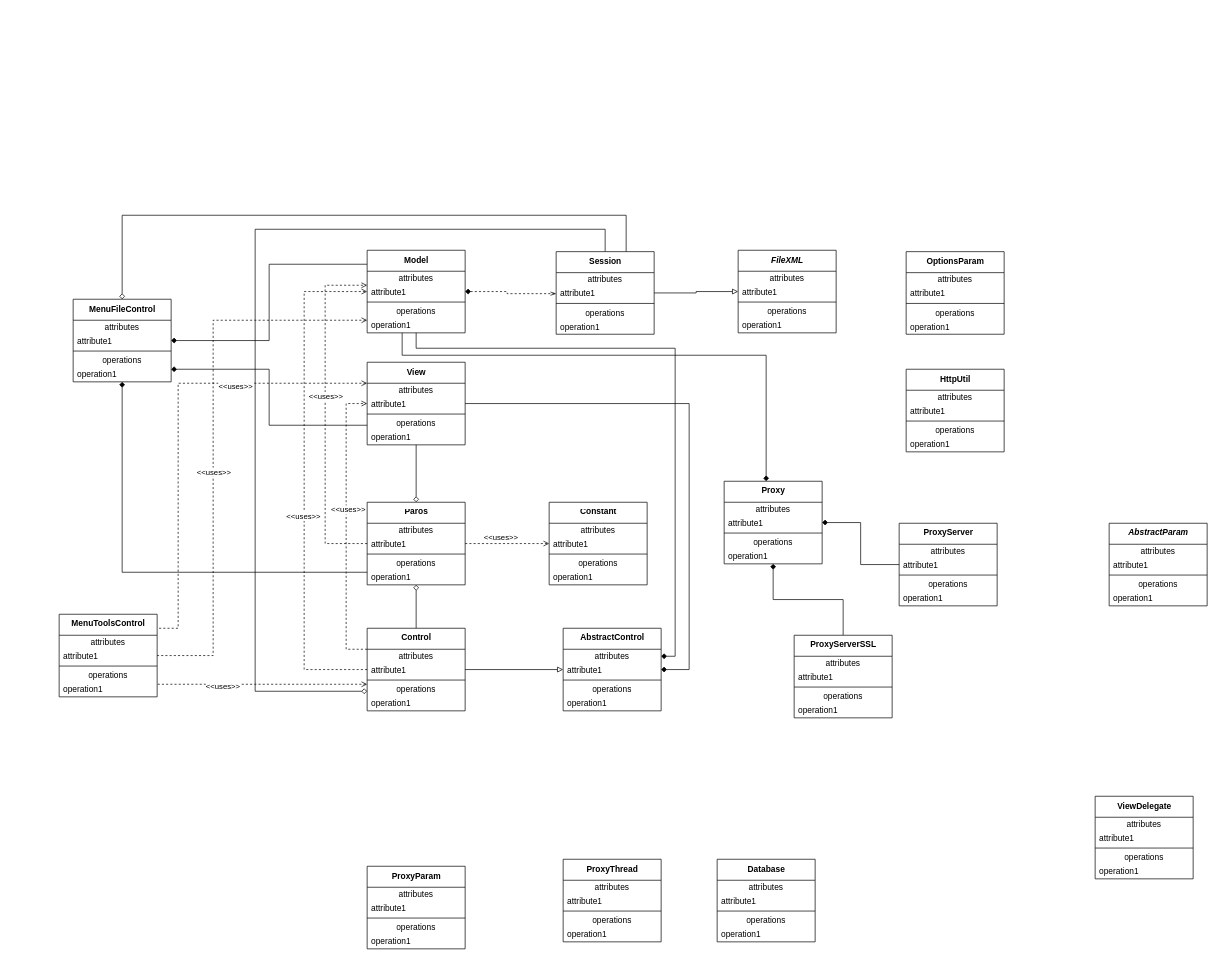
The draw.io diagram diagram/Paros Class diagram.drawio in pholpaphankorn/softarch, before the edit. Source tidied: cells renumbered, new cells numbered last; positions are measured from the earlier drawing's top-left corner, leaving out a move shared by most shapes. Both pictures are drawn from the tidied source at 70%, with x=0, y=0 at pixel (59, 215).
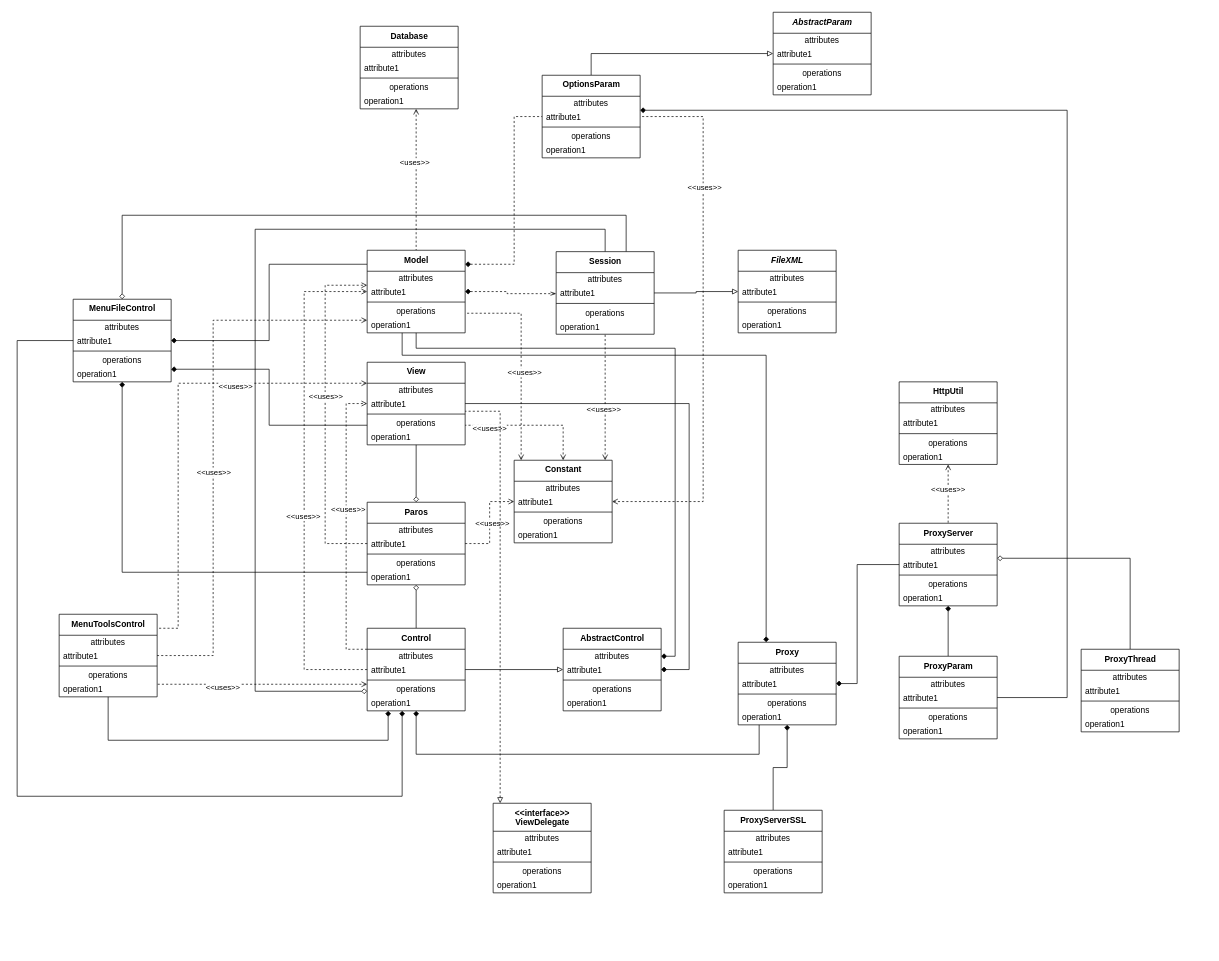
The same diagram, later.

Unchanged cells that the change refers to:
```xml
<mxCell id="6" value="&lt;span style=&quot;font-weight: 700&quot;&gt;Model&lt;/span&gt;" style="swimlane;fontStyle=0;align=center;verticalAlign=top;horizontal=1;startSize=30;html=1;" parent="1" vertex="1">
  <mxGeometry x="440" y="50" width="140" height="118" as="geometry" />
</mxCell>
<mxCell id="15" value="&lt;span style=&quot;font-weight: 700&quot;&gt;Session&lt;/span&gt;" style="swimlane;fontStyle=0;align=center;verticalAlign=top;horizontal=1;startSize=30;html=1;" parent="1" vertex="1">
  <mxGeometry x="710" y="52" width="140" height="118" as="geometry" />
</mxCell>
<mxCell id="52" value="&lt;span style=&quot;font-weight: 700&quot;&gt;Control&lt;/span&gt;" style="swimlane;fontStyle=0;align=center;verticalAlign=top;horizontal=1;startSize=30;html=1;" parent="1" vertex="1">
  <mxGeometry x="440" y="590" width="140" height="118" as="geometry" />
</mxCell>
<mxCell id="72" value="&lt;span style=&quot;font-weight: 700&quot;&gt;MenuFileControl&lt;/span&gt;" style="swimlane;fontStyle=0;align=center;verticalAlign=top;horizontal=1;startSize=30;html=1;" parent="1" vertex="1">
  <mxGeometry x="20" y="120" width="140" height="118" as="geometry" />
</mxCell>
<mxCell id="84" value="&lt;span style=&quot;font-weight: 700&quot;&gt;MenuToolsControl&lt;/span&gt;" style="swimlane;fontStyle=0;align=center;verticalAlign=top;horizontal=1;startSize=30;html=1;" parent="1" vertex="1">
  <mxGeometry y="570" width="140" height="118" as="geometry" />
</mxCell>
<mxCell id="90" value="&lt;span style=&quot;font-weight: 700&quot;&gt;ProxyServer&lt;/span&gt;" style="swimlane;fontStyle=0;align=center;verticalAlign=top;horizontal=1;startSize=30;html=1;" parent="1" vertex="1">
  <mxGeometry x="1200" y="440" width="140" height="118" as="geometry" />
</mxCell>
<mxCell id="134" value="&lt;span style=&quot;font-weight: 700&quot;&gt;View&lt;/span&gt;" style="swimlane;fontStyle=0;align=center;verticalAlign=top;horizontal=1;startSize=30;html=1;" parent="1" vertex="1">
  <mxGeometry x="440" y="210" width="140" height="118" as="geometry" />
</mxCell>
```

The edit, as a diff of the source:
```diff
@@
+    <mxCell id="152" style="edgeStyle=orthogonalEdgeStyle;rounded=0;jettySize=auto;html=1;startArrow=open;startFill=0;endArrow=none;endFill=0;dashed=1;" parent="1" edge="1" source="114" target="6">
+      <mxGeometry relative="1" as="geometry">
+        <Array as="points">
+          <mxPoint x="510" y="-100" />
+          <mxPoint x="510" y="-100" />
+        </Array>
+      </mxGeometry>
+    </mxCell>
+    <mxCell id="153" value="&amp;lt;uses&amp;gt;&amp;gt;" style="edgeLabel;html=1;align=center;verticalAlign=middle;" parent="152" vertex="1">
+      <mxGeometry x="-0.25" y="-3" relative="1" as="geometry" />
+    </mxCell>
+    <mxCell id="154" style="edgeStyle=orthogonalEdgeStyle;rounded=0;jettySize=auto;html=1;dashed=1;startArrow=open;startFill=0;endArrow=none;endFill=0;" parent="1" edge="1" source="40" target="6">
+      <mxGeometry relative="1" as="geometry">
+        <Array as="points">
+          <mxPoint x="660" y="140" />
+        </Array>
+      </mxGeometry>
+    </mxCell>
+    <mxCell id="155" value="&amp;lt;&amp;lt;uses&amp;gt;&amp;gt;" style="edgeLabel;html=1;align=center;verticalAlign=middle;" parent="154" vertex="1">
+      <mxGeometry x="-0.13" y="-4" relative="1" as="geometry" />
+    </mxCell>
+    <mxCell id="156" style="edgeStyle=orthogonalEdgeStyle;rounded=0;jettySize=auto;html=1;dashed=1;startArrow=diamond;startFill=1;endArrow=none;endFill=0;" parent="1" edge="1" source="6" target="120">
+      <mxGeometry relative="1" as="geometry">
+        <Array as="points">
+          <mxPoint x="650" y="70" />
+          <mxPoint x="650" y="-141" />
+        </Array>
+      </mxGeometry>
+    </mxCell>
@@
+    <mxCell id="157" style="edgeStyle=orthogonalEdgeStyle;rounded=0;jettySize=auto;html=1;dashed=1;startArrow=open;startFill=0;endArrow=none;endFill=0;" parent="1" edge="1" source="40" target="15">
+      <mxGeometry relative="1" as="geometry">
+        <Array as="points">
+          <mxPoint x="780" y="310" />
+          <mxPoint x="780" y="310" />
+        </Array>
+      </mxGeometry>
+    </mxCell>
+    <mxCell id="158" value="&amp;lt;&amp;lt;uses&amp;gt;&amp;gt;" style="edgeLabel;html=1;align=center;verticalAlign=middle;" parent="157" vertex="1">
+      <mxGeometry x="-0.18" y="3" relative="1" as="geometry" />
+    </mxCell>
@@
     <mxCell id="40" value="&lt;span style=&quot;font-weight: 700&quot;&gt;Constant&lt;/span&gt;" style="swimlane;fontStyle=0;align=center;verticalAlign=top;horizontal=1;startSize=30;html=1;" parent="1" vertex="1">
-      <mxGeometry x="700" y="410" width="140" height="118" as="geometry" />
+      <mxGeometry x="650" y="350" width="140" height="118" as="geometry" />
     </mxCell>
@@
     <mxCell id="64" style="edgeStyle=orthogonalEdgeStyle;rounded=0;jettySize=auto;html=1;startArrow=diamond;startFill=1;endArrow=none;endFill=0;" parent="1" edge="1" source="66" target="90">
-      <mxGeometry relative="1" as="geometry" />
+      <mxGeometry relative="1" as="geometry">
+        <Array as="points">
+          <mxPoint x="1140" y="669" />
+          <mxPoint x="1140" y="499" />
+        </Array>
+      </mxGeometry>
     </mxCell>
@@
+    <mxCell id="159" style="edgeStyle=orthogonalEdgeStyle;rounded=0;jettySize=auto;html=1;startArrow=diamond;startFill=1;endArrow=none;endFill=0;" parent="1" edge="1" source="52" target="66">
+      <mxGeometry relative="1" as="geometry">
+        <Array as="points">
+          <mxPoint x="510" y="770" />
+          <mxPoint x="1000" y="770" />
+        </Array>
+      </mxGeometry>
+    </mxCell>
     <mxCell id="66" value="&lt;span style=&quot;font-weight: 700&quot;&gt;Proxy&lt;/span&gt;" style="swimlane;fontStyle=0;align=center;verticalAlign=top;horizontal=1;startSize=30;html=1;" parent="1" vertex="1">
-      <mxGeometry x="950" y="380" width="140" height="118" as="geometry" />
+      <mxGeometry x="970" y="610" width="140" height="118" as="geometry" />
     </mxCell>
@@
+    <mxCell id="160" style="edgeStyle=orthogonalEdgeStyle;rounded=0;jettySize=auto;html=1;startArrow=diamond;startFill=1;endArrow=none;endFill=0;" parent="1" edge="1" source="52" target="72">
+      <mxGeometry relative="1" as="geometry">
+        <Array as="points">
+          <mxPoint x="490" y="830" />
+          <mxPoint x="-60" y="830" />
+          <mxPoint x="-60" y="179" />
+        </Array>
+      </mxGeometry>
+    </mxCell>
@@
+    <mxCell id="161" style="edgeStyle=orthogonalEdgeStyle;rounded=0;jettySize=auto;html=1;startArrow=diamond;startFill=1;endArrow=none;endFill=0;" parent="1" edge="1" source="52" target="84">
+      <mxGeometry relative="1" as="geometry">
+        <Array as="points">
+          <mxPoint x="470" y="750" />
+          <mxPoint x="70" y="750" />
+        </Array>
+      </mxGeometry>
+    </mxCell>
@@
+    <mxCell id="162" style="edgeStyle=orthogonalEdgeStyle;rounded=0;jettySize=auto;html=1;dashed=1;startArrow=open;startFill=0;endArrow=none;endFill=0;" parent="1" edge="1" source="126" target="90">
+      <mxGeometry relative="1" as="geometry" />
+    </mxCell>
+    <mxCell id="163" value="&amp;lt;&amp;lt;uses&amp;gt;&amp;gt;" style="edgeLabel;html=1;align=center;verticalAlign=middle;" parent="162" vertex="1">
+      <mxGeometry x="-0.17" y="-1" relative="1" as="geometry" />
+    </mxCell>
+    <mxCell id="164" style="edgeStyle=orthogonalEdgeStyle;rounded=0;jettySize=auto;html=1;startArrow=diamond;startFill=1;endArrow=none;endFill=0;" parent="1" edge="1" source="90" target="102">
+      <mxGeometry relative="1" as="geometry" />
+    </mxCell>
@@
     <mxCell id="96" value="&lt;span style=&quot;font-weight: 700&quot;&gt;ProxyServerSSL&lt;/span&gt;" style="swimlane;fontStyle=0;align=center;verticalAlign=top;horizontal=1;startSize=30;html=1;" parent="1" vertex="1">
-      <mxGeometry x="1050" y="600" width="140" height="118" as="geometry" />
+      <mxGeometry x="950" y="850" width="140" height="118" as="geometry" />
     </mxCell>
@@
+    <mxCell id="165" style="edgeStyle=orthogonalEdgeStyle;rounded=0;jettySize=auto;html=1;startArrow=diamond;startFill=1;endArrow=none;endFill=0;" parent="1" edge="1" source="120" target="102">
+      <mxGeometry relative="1" as="geometry">
+        <Array as="points">
+          <mxPoint x="1440" y="-150" />
+          <mxPoint x="1440" y="689" />
+        </Array>
+      </mxGeometry>
+    </mxCell>
     <mxCell id="102" value="&lt;span style=&quot;font-weight: 700&quot;&gt;ProxyParam&lt;/span&gt;" style="swimlane;fontStyle=0;align=center;verticalAlign=top;horizontal=1;startSize=30;html=1;" parent="1" vertex="1">
-      <mxGeometry x="440" y="930" width="140" height="118" as="geometry" />
+      <mxGeometry x="1200" y="630" width="140" height="118" as="geometry" />
     </mxCell>
@@
+    <mxCell id="166" style="edgeStyle=orthogonalEdgeStyle;rounded=0;jettySize=auto;html=1;startArrow=diamond;startFill=0;endArrow=none;endFill=0;" parent="1" edge="1" source="90" target="108">
+      <mxGeometry relative="1" as="geometry">
+        <Array as="points">
+          <mxPoint x="1530" y="490" />
+        </Array>
+      </mxGeometry>
+    </mxCell>
     <mxCell id="108" value="&lt;span style=&quot;font-weight: 700&quot;&gt;ProxyThread&lt;/span&gt;" style="swimlane;fontStyle=0;align=center;verticalAlign=top;horizontal=1;startSize=30;html=1;" parent="1" vertex="1">
-      <mxGeometry x="720" y="920" width="140" height="118" as="geometry" />
+      <mxGeometry x="1460" y="620" width="140" height="118" as="geometry" />
     </mxCell>
@@
     <mxCell id="114" value="&lt;span style=&quot;font-weight: 700&quot;&gt;Database&lt;/span&gt;" style="swimlane;fontStyle=0;align=center;verticalAlign=top;horizontal=1;startSize=30;html=1;" parent="1" vertex="1">
-      <mxGeometry x="940" y="920" width="140" height="118" as="geometry" />
+      <mxGeometry x="430" y="-270" width="140" height="118" as="geometry" />
     </mxCell>
@@
+    <mxCell id="167" style="edgeStyle=orthogonalEdgeStyle;rounded=0;jettySize=auto;html=1;dashed=1;startArrow=open;startFill=0;endArrow=none;endFill=0;" parent="1" edge="1" source="40" target="120">
+      <mxGeometry relative="1" as="geometry">
+        <Array as="points">
+          <mxPoint x="920" y="409" />
+          <mxPoint x="920" y="-141" />
+        </Array>
+      </mxGeometry>
+    </mxCell>
+    <mxCell id="168" value="&amp;lt;&amp;lt;uses&amp;gt;&amp;gt;" style="edgeLabel;html=1;align=center;verticalAlign=middle;" parent="167" vertex="1">
+      <mxGeometry x="0.5" y="-1" relative="1" as="geometry">
+        <mxPoint y="-1" as="offset" />
+      </mxGeometry>
+    </mxCell>
+    <mxCell id="169" style="edgeStyle=orthogonalEdgeStyle;rounded=0;jettySize=auto;html=1;startArrow=block;startFill=0;endArrow=none;endFill=0;" parent="1" edge="1" source="146" target="120">
+      <mxGeometry relative="1" as="geometry">
+        <Array as="points">
+          <mxPoint x="760" y="-231" />
+        </Array>
+      </mxGeometry>
+    </mxCell>
     <mxCell id="120" value="&lt;span style=&quot;font-weight: 700&quot;&gt;OptionsParam&lt;/span&gt;" style="swimlane;fontStyle=0;align=center;verticalAlign=top;horizontal=1;startSize=30;html=1;" parent="1" vertex="1">
-      <mxGeometry x="1210" y="52" width="140" height="118" as="geometry" />
+      <mxGeometry x="690" y="-200" width="140" height="118" as="geometry" />
     </mxCell>
@@
     <mxCell id="126" value="&lt;span style=&quot;font-weight: 700&quot;&gt;HttpUtil&lt;/span&gt;" style="swimlane;fontStyle=0;align=center;verticalAlign=top;horizontal=1;startSize=30;html=1;" parent="1" vertex="1">
-      <mxGeometry x="1210" y="220" width="140" height="118" as="geometry" />
+      <mxGeometry x="1200" y="238" width="140" height="118" as="geometry" />
     </mxCell>
@@
+    <mxCell id="170" style="edgeStyle=orthogonalEdgeStyle;rounded=0;jettySize=auto;html=1;startArrow=open;startFill=0;endArrow=none;endFill=0;dashed=1;" parent="1" edge="1" source="40" target="134">
+      <mxGeometry relative="1" as="geometry">
+        <Array as="points">
+          <mxPoint x="720" y="300" />
+        </Array>
+      </mxGeometry>
+    </mxCell>
+    <mxCell id="171" value="&amp;lt;&amp;lt;uses&amp;gt;&amp;gt;" style="edgeLabel;html=1;align=center;verticalAlign=middle;" parent="170" vertex="1">
+      <mxGeometry x="0.64" y="4" relative="1" as="geometry" />
+    </mxCell>
+    <mxCell id="172" style="edgeStyle=orthogonalEdgeStyle;rounded=0;jettySize=auto;html=1;dashed=1;startArrow=block;startFill=0;endArrow=none;endFill=0;" parent="1" edge="1" source="140" target="134">
+      <mxGeometry relative="1" as="geometry">
+        <Array as="points">
+          <mxPoint x="630" y="280" />
+        </Array>
+      </mxGeometry>
+    </mxCell>
@@
-    <mxCell id="140" value="&lt;span style=&quot;font-weight: 700&quot;&gt;ViewDelegate&lt;/span&gt;" style="swimlane;fontStyle=0;align=center;verticalAlign=top;horizontal=1;startSize=30;html=1;" parent="1" vertex="1">
-      <mxGeometry x="1480" y="830" width="140" height="118" as="geometry" />
+    <mxCell id="140" value="&lt;span style=&quot;font-weight: 700&quot;&gt;&amp;lt;&amp;lt;interface&amp;gt;&amp;gt;&lt;br&gt;ViewDelegate&lt;br&gt;&lt;br&gt;&lt;/span&gt;" style="swimlane;fontStyle=0;align=center;verticalAlign=top;horizontal=1;startSize=40;html=1;" parent="1" vertex="1">
+      <mxGeometry x="620" y="840" width="140" height="128" as="geometry" />
     </mxCell>
     <mxCell id="141" value="attributes" style="text;html=1;strokeColor=none;fillColor=none;align=center;verticalAlign=middle;spacingLeft=4;spacingRight=4;overflow=hidden;" parent="140" vertex="1">
-      <mxGeometry y="30" width="140" height="20" as="geometry" />
+      <mxGeometry y="40" width="140" height="20" as="geometry" />
     </mxCell>
     <mxCell id="142" value="attribute1" style="text;html=1;strokeColor=none;fillColor=none;align=left;verticalAlign=middle;spacingLeft=4;spacingRight=4;overflow=hidden;" parent="140" vertex="1">
-      <mxGeometry y="50" width="140" height="20" as="geometry" />
+      <mxGeometry y="60" width="140" height="20" as="geometry" />
     </mxCell>
     <mxCell id="143" style="line;strokeWidth=1;fillColor=none;align=left;verticalAlign=middle;spacingTop=-1;spacingLeft=3;spacingRight=3;labelPosition=right;" parent="140" vertex="1">
-      <mxGeometry y="70" width="140" height="8" as="geometry" />
+      <mxGeometry y="80" width="140" height="8" as="geometry" />
     </mxCell>
     <mxCell id="144" value="operations" style="text;html=1;strokeColor=none;fillColor=none;align=center;verticalAlign=middle;spacingLeft=4;spacingRight=4;overflow=hidden;" parent="140" vertex="1">
-      <mxGeometry y="78" width="140" height="20" as="geometry" />
+      <mxGeometry y="88" width="140" height="20" as="geometry" />
     </mxCell>
     <mxCell id="145" value="operation1" style="text;html=1;strokeColor=none;fillColor=none;align=left;verticalAlign=middle;spacingLeft=4;spacingRight=4;overflow=hidden;" parent="140" vertex="1">
-      <mxGeometry y="98" width="140" height="20" as="geometry" />
+      <mxGeometry y="108" width="140" height="20" as="geometry" />
     </mxCell>
     <mxCell id="146" value="&lt;span style=&quot;font-weight: 700&quot;&gt;&lt;i&gt;AbstractParam&lt;/i&gt;&lt;/span&gt;" style="swimlane;fontStyle=0;align=center;verticalAlign=top;horizontal=1;startSize=30;html=1;" parent="1" vertex="1">
-      <mxGeometry x="1500" y="440" width="140" height="118" as="geometry" />
+      <mxGeometry x="1020" y="-290" width="140" height="118" as="geometry" />
     </mxCell>
```
